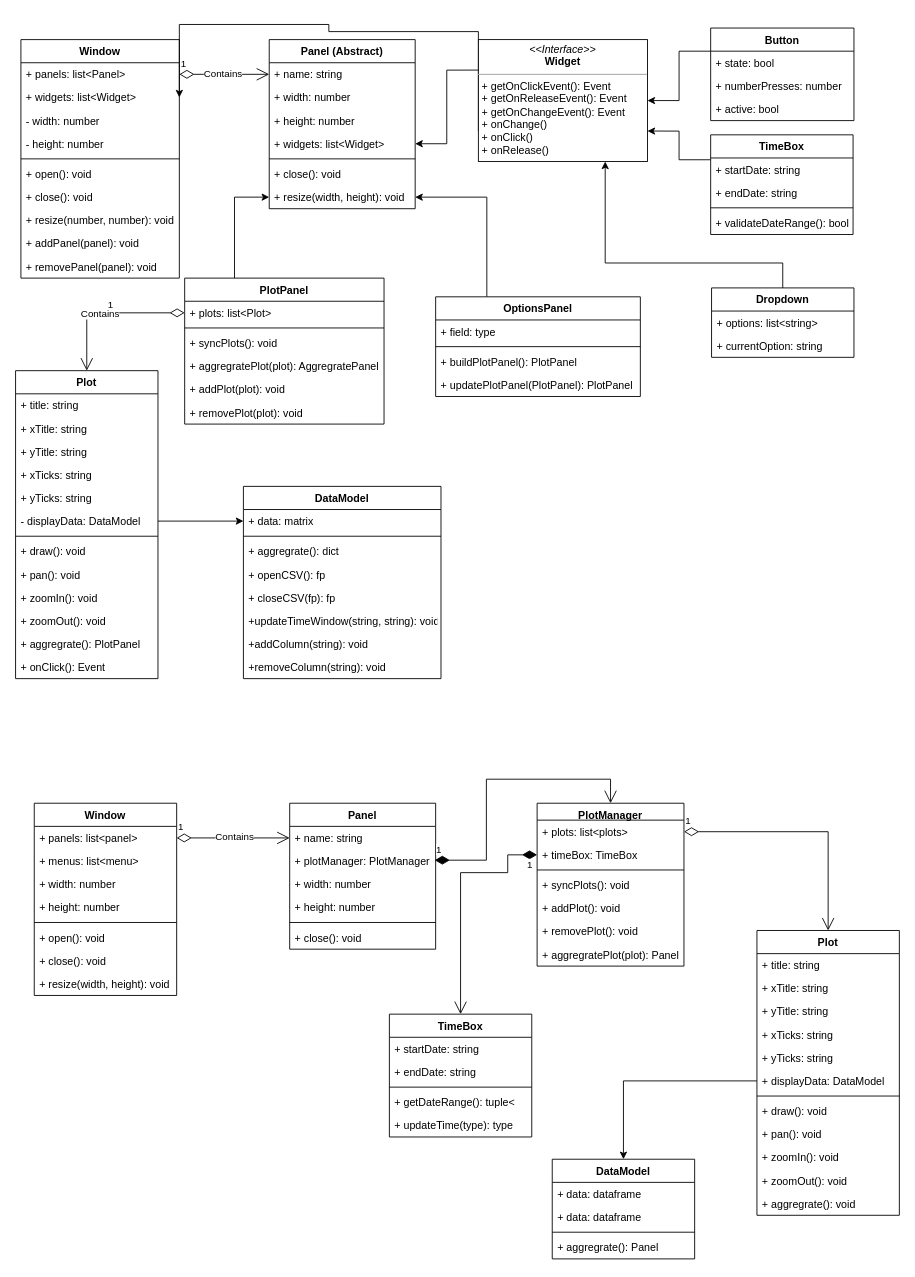
This is ClassModel.drawio from LukiePookie1/data-visualization-application, a draw.io file, before an edit. Source tidied: cells renumbered, new cells numbered last; positions are measured from the earlier drawing's top-left corner, leaving out a move shared by most shapes. Both pictures are drawn from the tidied source at 89%, with x=0, y=0 at pixel (15, 24).
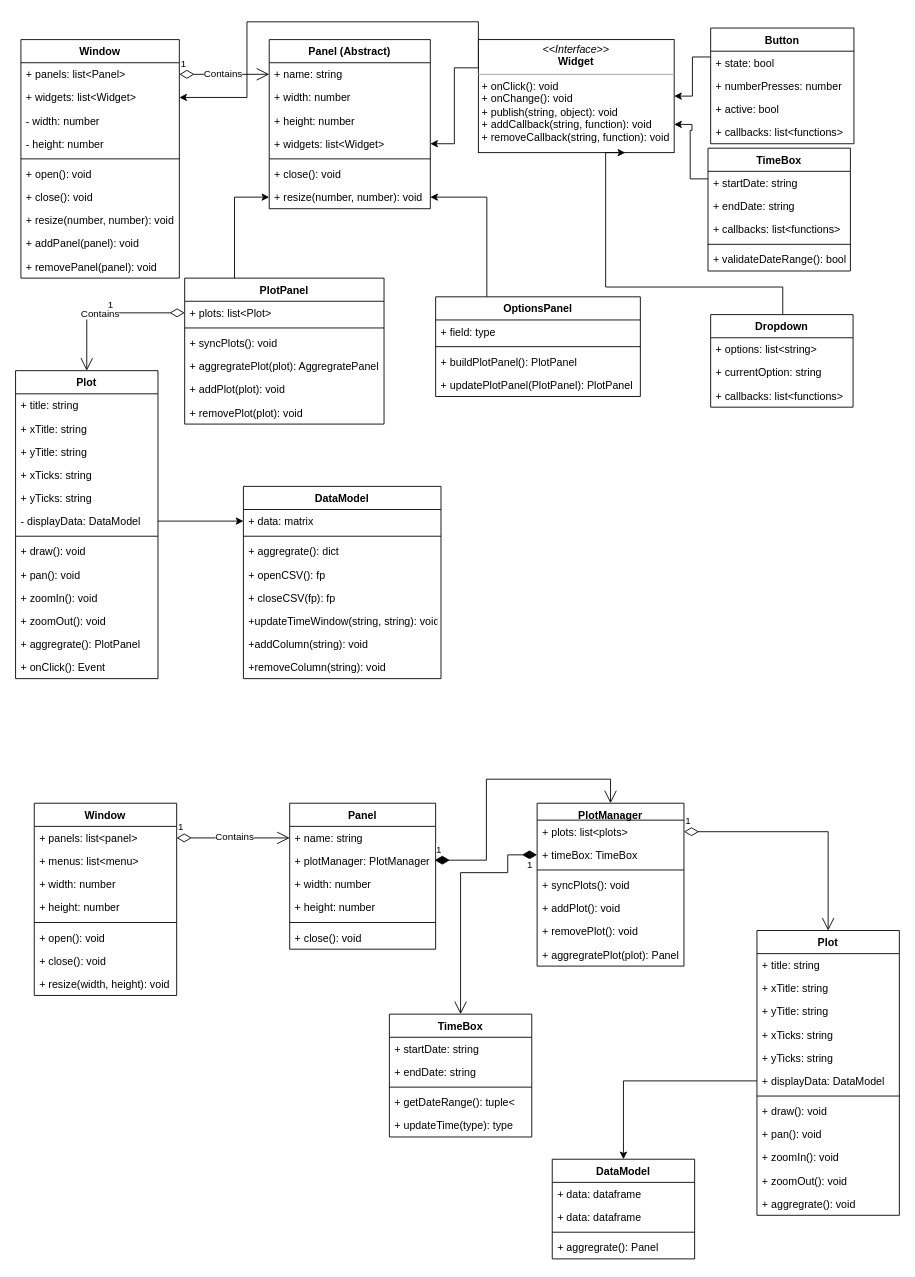
The same page after the edit.

Unchanged cells that the change refers to:
```xml
<mxCell id="58" value="+ widgets: list&lt;Widget&gt; " style="text;strokeColor=none;fillColor=none;align=left;verticalAlign=top;spacingLeft=4;spacingRight=4;overflow=hidden;points=[[0,0.5],[1,0.5]];portConstraint=eastwest;" parent="56" vertex="1">
  <mxGeometry y="52" width="178" height="26" as="geometry" />
</mxCell>
```

Change to the diagram source:
```diff
@@
     <mxCell id="67" value="Panel (Abstract)" style="swimlane;fontStyle=1;align=center;verticalAlign=top;horizontal=1;startSize=26;" parent="1" vertex="1">
-      <mxGeometry x="285" y="17" width="164" height="190" as="geometry" />
+      <mxGeometry x="285" y="17" width="181" height="190" as="geometry" />
     </mxCell>
     <mxCell id="68" value="+ name: string" style="text;strokeColor=none;fillColor=none;align=left;verticalAlign=top;spacingLeft=4;spacingRight=4;overflow=hidden;points=[[0,0.5],[1,0.5]];portConstraint=eastwest;" parent="67" vertex="1">
-      <mxGeometry y="26" width="164" height="26" as="geometry" />
+      <mxGeometry y="26" width="181" height="26" as="geometry" />
     </mxCell>
     <mxCell id="69" value="+ width: number" style="text;strokeColor=none;fillColor=none;align=left;verticalAlign=top;spacingLeft=4;spacingRight=4;overflow=hidden;" parent="67" vertex="1">
-      <mxGeometry y="52" width="164" height="26" as="geometry" />
+      <mxGeometry y="52" width="181" height="26" as="geometry" />
     </mxCell>
     <mxCell id="70" value="+ height: number" style="text;strokeColor=none;fillColor=none;align=left;verticalAlign=top;spacingLeft=4;spacingRight=4;overflow=hidden;" parent="67" vertex="1">
-      <mxGeometry y="78" width="164" height="26" as="geometry" />
+      <mxGeometry y="78" width="181" height="26" as="geometry" />
     </mxCell>
     <mxCell id="71" value="+ widgets: list&lt;Widget&gt;" style="text;strokeColor=none;fillColor=none;align=left;verticalAlign=top;spacingLeft=4;spacingRight=4;overflow=hidden;points=[[0,0.5],[1,0.5]];portConstraint=eastwest;" parent="67" vertex="1">
-      <mxGeometry y="104" width="164" height="26" as="geometry" />
+      <mxGeometry y="104" width="181" height="26" as="geometry" />
     </mxCell>
     <mxCell id="72" style="line;strokeWidth=1;fillColor=none;align=left;verticalAlign=middle;spacingTop=-1;spacingLeft=3;spacingRight=3;labelPosition=right;strokeColor=inherit;" parent="67" vertex="1">
-      <mxGeometry y="130" width="164" height="8" as="geometry" />
+      <mxGeometry y="130" width="181" height="8" as="geometry" />
     </mxCell>
     <mxCell id="73" value="+ close(): void" style="text;strokeColor=none;fillColor=none;align=left;verticalAlign=top;spacingLeft=4;spacingRight=4;overflow=hidden;" parent="67" vertex="1">
-      <mxGeometry y="138" width="164" height="26" as="geometry" />
+      <mxGeometry y="138" width="181" height="26" as="geometry" />
     </mxCell>
-    <mxCell id="74" value="+ resize(width, height): void" style="text;strokeColor=none;fillColor=none;align=left;verticalAlign=top;spacingLeft=4;spacingRight=4;overflow=hidden;points=[[0,0.5],[1,0.5]];portConstraint=eastwest;" parent="67" vertex="1">
-      <mxGeometry y="164" width="164" height="26" as="geometry" />
+    <mxCell id="74" value="+ resize(number, number): void" style="text;strokeColor=none;fillColor=none;align=left;verticalAlign=top;spacingLeft=4;spacingRight=4;overflow=hidden;points=[[0,0.5],[1,0.5]];portConstraint=eastwest;" parent="67" vertex="1">
+      <mxGeometry y="164" width="181" height="26" as="geometry" />
     </mxCell>
@@
     <mxCell id="112" value="Button" style="swimlane;fontStyle=1;horizontal=1;startSize=26;fillColor=none;" parent="1" vertex="1">
-      <mxGeometry x="781" y="4" width="161" height="104" as="geometry" />
+      <mxGeometry x="781" y="4" width="161" height="130" as="geometry" />
     </mxCell>
@@
+    <mxCell id="135" value="+ callbacks: list&lt;functions&gt;" style="text;strokeColor=none;fillColor=none;align=left;verticalAlign=top;spacingLeft=4;spacingRight=4;overflow=hidden;" parent="112" vertex="1">
+      <mxGeometry y="104" width="161" height="26" as="geometry" />
+    </mxCell>
@@
-    <mxCell id="117" style="edgeStyle=orthogonalEdgeStyle;rounded=0;jettySize=auto;html=1;exitX=0;exitY=0.75;exitDx=0;exitDy=0;entryX=1;entryY=0.5;entryDx=0;entryDy=0;" parent="1" edge="1" source="118" target="58">
+    <mxCell id="117" style="edgeStyle=orthogonalEdgeStyle;rounded=0;jettySize=auto;html=1;exitX=0;exitY=0.25;exitDx=0;exitDy=0;entryX=1;entryY=0.5;entryDx=0;entryDy=0;" parent="1" edge="1" source="118" target="58">
       <mxGeometry relative="1" as="geometry">
         <Array as="points">
-          <mxPoint x="520" y="8" />
-          <mxPoint x="352" y="8" />
-          <mxPoint x="352" />
-          <mxPoint x="184" />
+          <mxPoint x="520" y="-3" />
+          <mxPoint x="260" y="-3" />
+          <mxPoint x="260" y="82" />
         </Array>
       </mxGeometry>
     </mxCell>
-    <mxCell id="118" value="&lt;p style=&quot;margin:0px;margin-top:4px;text-align:center;&quot;&gt;&lt;i&gt;&amp;lt;&amp;lt;Interface&amp;gt;&amp;gt;&lt;/i&gt;&lt;br&gt;&lt;b&gt;Widget&lt;/b&gt;&lt;/p&gt;&lt;hr size=&quot;1&quot;&gt;&lt;p style=&quot;margin:0px;margin-left:4px;&quot;&gt;+ getOnClickEvent(): Event&lt;br&gt;+ getOnReleaseEvent(): Event&lt;/p&gt;&lt;p style=&quot;margin:0px;margin-left:4px;&quot;&gt;+ getOnChangeEvent(): Event&lt;/p&gt;&lt;p style=&quot;margin:0px;margin-left:4px;&quot;&gt;+ onChange()&lt;/p&gt;&lt;p style=&quot;margin:0px;margin-left:4px;&quot;&gt;+ onClick()&lt;/p&gt;&lt;p style=&quot;margin:0px;margin-left:4px;&quot;&gt;+ onRelease()&lt;/p&gt;" style="verticalAlign=top;align=left;overflow=fill;fontSize=12;fontFamily=Helvetica;html=1;" parent="1" vertex="1">
-      <mxGeometry x="520" y="17" width="190" height="137" as="geometry" />
+    <mxCell id="118" value="&lt;p style=&quot;margin:0px;margin-top:4px;text-align:center;&quot;&gt;&lt;i&gt;&amp;lt;&amp;lt;Interface&amp;gt;&amp;gt;&lt;/i&gt;&lt;br&gt;&lt;b&gt;Widget&lt;/b&gt;&lt;/p&gt;&lt;hr size=&quot;1&quot;&gt;&lt;p style=&quot;margin:0px;margin-left:4px;&quot;&gt;&lt;span style=&quot;background-color: initial;&quot;&gt;+ onClick(): void&lt;/span&gt;&lt;/p&gt;&lt;p style=&quot;margin:0px;margin-left:4px;&quot;&gt;&lt;span style=&quot;background-color: initial;&quot;&gt;+ onChange(): void&lt;/span&gt;&lt;/p&gt;&lt;p style=&quot;margin:0px;margin-left:4px;&quot;&gt;&lt;span style=&quot;background-color: initial;&quot;&gt;+ publish(string, object): void&lt;/span&gt;&lt;/p&gt;&lt;p style=&quot;margin:0px;margin-left:4px;&quot;&gt;+ addCallback(string, function): void&lt;/p&gt;&lt;p style=&quot;margin:0px;margin-left:4px;&quot;&gt;+ removeCallback(string, function): void&lt;/p&gt;" style="verticalAlign=top;align=left;overflow=fill;fontSize=12;fontFamily=Helvetica;html=1;" parent="1" vertex="1">
+      <mxGeometry x="520" y="17" width="220" height="127" as="geometry" />
     </mxCell>
@@
     <mxCell id="120" style="edgeStyle=orthogonalEdgeStyle;rounded=0;jettySize=auto;html=1;exitX=0.5;exitY=0;exitDx=0;exitDy=0;entryX=0.75;entryY=1;entryDx=0;entryDy=0;" parent="1" edge="1" source="121" target="118">
       <mxGeometry relative="1" as="geometry">
         <Array as="points">
-          <mxPoint x="862" y="268" />
-          <mxPoint x="663" y="268" />
+          <mxPoint x="862" y="326" />
+          <mxPoint x="862" y="295" />
+          <mxPoint x="663" y="295" />
         </Array>
       </mxGeometry>
     </mxCell>
     <mxCell id="121" value="Dropdown" style="swimlane;fontStyle=1;align=center;verticalAlign=top;horizontal=1;startSize=26;" parent="1" vertex="1">
-      <mxGeometry x="782" y="296" width="160" height="78" as="geometry" />
+      <mxGeometry x="781" y="326" width="160" height="104" as="geometry" />
     </mxCell>
@@
+    <mxCell id="136" value="+ callbacks: list&lt;functions&gt;" style="text;strokeColor=none;fillColor=none;align=left;verticalAlign=top;spacingLeft=4;spacingRight=4;overflow=hidden;" parent="121" vertex="1">
+      <mxGeometry y="78" width="160" height="26" as="geometry" />
+    </mxCell>
     <mxCell id="124" value="TimeBox" style="swimlane;fontStyle=1;align=center;verticalAlign=top;horizontal=1;startSize=26;" parent="1" vertex="1">
-      <mxGeometry x="781" y="124" width="160" height="112" as="geometry" />
+      <mxGeometry x="778" y="139" width="160" height="138" as="geometry" />
     </mxCell>
@@
+    <mxCell id="137" value="+ callbacks: list&lt;functions&gt;" style="text;strokeColor=none;fillColor=none;align=left;verticalAlign=top;spacingLeft=4;spacingRight=4;overflow=hidden;" parent="124" vertex="1">
+      <mxGeometry y="78" width="160" height="26" as="geometry" />
+    </mxCell>
     <mxCell id="127" style="line;strokeWidth=1;fillColor=none;align=left;verticalAlign=middle;spacingTop=-1;spacingLeft=3;spacingRight=3;labelPosition=right;strokeColor=inherit;" parent="124" vertex="1">
-      <mxGeometry y="78" width="160" height="8" as="geometry" />
+      <mxGeometry y="104" width="160" height="8" as="geometry" />
     </mxCell>
     <mxCell id="128" value="+ validateDateRange(): bool" style="text;strokeColor=none;fillColor=none;align=left;verticalAlign=top;spacingLeft=4;spacingRight=4;overflow=hidden;" parent="124" vertex="1">
-      <mxGeometry y="86" width="160" height="26" as="geometry" />
+      <mxGeometry y="112" width="160" height="26" as="geometry" />
     </mxCell>
```
